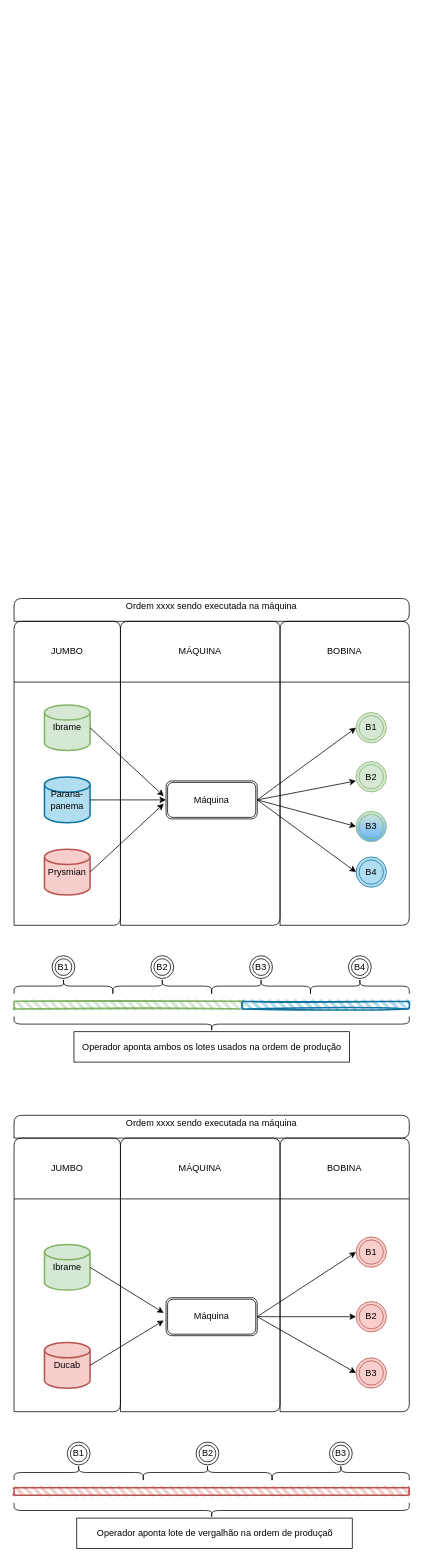
Above: Jumbo.drawio in zeca-esp/disney.github.io (draw.io), before the change. Source tidied: cells renumbered, new cells numbered last; positions are measured from the earlier drawing's top-left corner, leaving out a move shared by most shapes. Both pictures are drawn from the tidied source at 76%, with x=0, y=0 at pixel (14, 598).
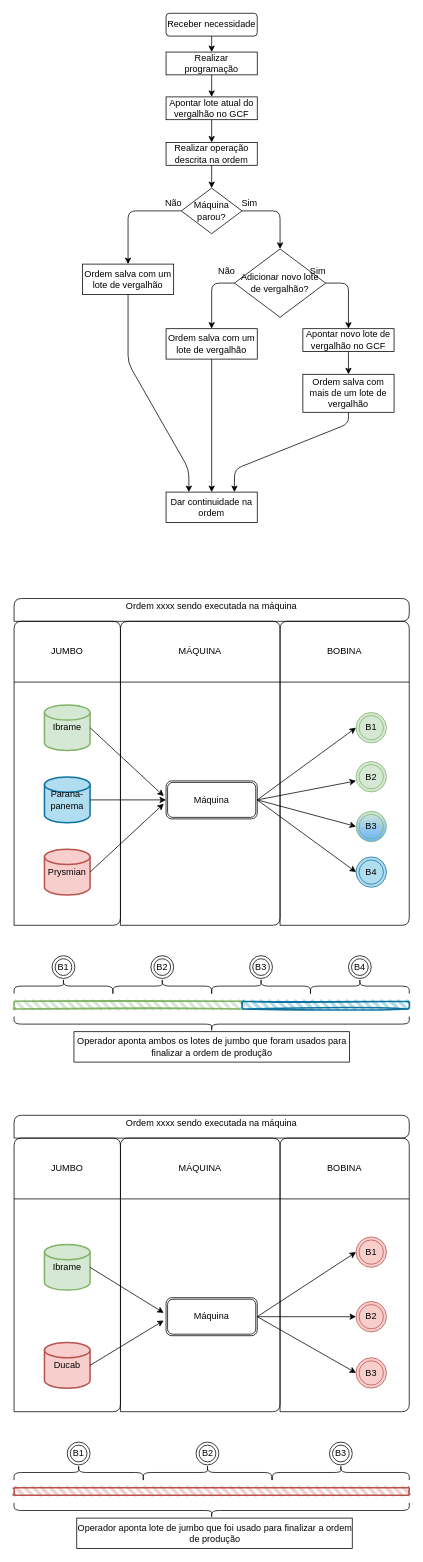
The same diagram, later.

Change to the diagram source:
```diff
@@
-    <mxCell id="37" value="Operador aponta ambos os lotes usados na ordem de produção" style="rounded=0;whiteSpace=wrap;html=1;strokeColor=#000000;strokeWidth=1;fillColor=#FFFFFF;gradientColor=none;gradientDirection=south;" parent="1" vertex="1">
+    <mxCell id="37" value="Operador aponta ambos os lotes de jumbo que foram usados para finalizar a ordem de produção" style="rounded=0;whiteSpace=wrap;html=1;strokeColor=#000000;strokeWidth=1;fillColor=#FFFFFF;gradientColor=none;gradientDirection=south;" parent="1" vertex="1">
       <mxGeometry x="78.8" y="570" width="362.5" height="40" as="geometry" />
     </mxCell>
@@
-    <mxCell id="66" value="Operador aponta lote de vergalhão na ordem de produçaõ" style="rounded=0;whiteSpace=wrap;html=1;strokeColor=#000000;strokeWidth=1;fillColor=#FFFFFF;gradientColor=none;gradientDirection=south;" parent="1" vertex="1">
+    <mxCell id="66" value="Operador aponta lote de jumbo que foi usado para finalizar a ordem de produção" style="rounded=0;whiteSpace=wrap;html=1;strokeColor=#000000;strokeWidth=1;fillColor=#FFFFFF;gradientColor=none;gradientDirection=south;" parent="1" vertex="1">
       <mxGeometry x="82.5" y="1210" width="362.5" height="40" as="geometry" />
     </mxCell>
+    <mxCell id="67" value="Receber necessidade" style="rounded=1;whiteSpace=wrap;html=1;" parent="1" vertex="1">
+      <mxGeometry x="200" y="-770" width="120" height="30" as="geometry" />
+    </mxCell>
+    <mxCell id="68" value="Realizar programação" style="rounded=0;whiteSpace=wrap;html=1;" parent="1" vertex="1">
+      <mxGeometry x="200" y="-719" width="120" height="30" as="geometry" />
+    </mxCell>
+    <mxCell id="69" value="Realizar operação descrita na ordem" style="rounded=0;whiteSpace=wrap;html=1;" parent="1" vertex="1">
+      <mxGeometry x="200" y="-600" width="120" height="30" as="geometry" />
+    </mxCell>
+    <mxCell id="70" style="endArrow=classic;html=1;exitX=0.5;exitY=1;exitDx=0;exitDy=0;entryX=0.5;entryY=0;entryDx=0;entryDy=0;entryPerimeter=0;" parent="1" edge="1" source="67" target="68">
+      <mxGeometry relative="1" as="geometry" />
+    </mxCell>
+    <mxCell id="71" style="endArrow=classic;html=1;exitX=0.5;exitY=1;exitDx=0;exitDy=0;entryX=0.5;entryY=0;entryDx=0;entryDy=0;" parent="1" edge="1" source="68" target="92">
+      <mxGeometry relative="1" as="geometry" />
+    </mxCell>
+    <mxCell id="72" style="endArrow=classic;html=1;entryX=0.5;entryY=0;entryDx=0;entryDy=0;exitX=0.5;exitY=1;exitDx=0;exitDy=0;" parent="1" edge="1" source="92" target="69">
+      <mxGeometry relative="1" as="geometry" />
+    </mxCell>
+    <mxCell id="73" value="Máquina parou?" style="rhombus;whiteSpace=wrap;html=1;" parent="1" vertex="1">
+      <mxGeometry x="220" y="-540" width="80" height="60" as="geometry" />
+    </mxCell>
+    <mxCell id="74" style="endArrow=classic;html=1;exitX=1;exitY=0.5;exitDx=0;exitDy=0;entryX=0.5;entryY=0;entryDx=0;entryDy=0;" parent="1" edge="1" source="73" target="78">
+      <mxGeometry relative="1" as="geometry">
+        <Array as="points">
+          <mxPoint x="350" y="-510" />
+        </Array>
+      </mxGeometry>
+    </mxCell>
+    <mxCell id="75" style="endArrow=classic;html=1;exitX=0;exitY=0.5;exitDx=0;exitDy=0;entryX=0.5;entryY=0;entryDx=0;entryDy=0;" parent="1" edge="1" source="73" target="84">
+      <mxGeometry relative="1" as="geometry">
+        <Array as="points">
+          <mxPoint x="150" y="-510" />
+        </Array>
+      </mxGeometry>
+    </mxCell>
+    <mxCell id="76" value="Sim" style="text;html=1;strokeColor=none;fillColor=none;align=center;verticalAlign=middle;whiteSpace=wrap;rounded=0;" parent="1" vertex="1">
+      <mxGeometry x="290" y="-530" width="40" height="20" as="geometry" />
+    </mxCell>
+    <mxCell id="77" value="Não" style="text;html=1;strokeColor=none;fillColor=none;align=center;verticalAlign=middle;whiteSpace=wrap;rounded=0;" parent="1" vertex="1">
+      <mxGeometry x="190" y="-530" width="40" height="20" as="geometry" />
+    </mxCell>
+    <mxCell id="78" value="Adicionar novo lote de vergalhão?" style="rhombus;whiteSpace=wrap;html=1;" parent="1" vertex="1">
+      <mxGeometry x="290" y="-460" width="120" height="90" as="geometry" />
+    </mxCell>
+    <mxCell id="79" style="endArrow=classic;html=1;exitX=0;exitY=0.5;exitDx=0;exitDy=0;entryX=0.5;entryY=0;entryDx=0;entryDy=0;" parent="1" edge="1" source="78" target="85">
+      <mxGeometry relative="1" as="geometry">
+        <Array as="points">
+          <mxPoint x="260" y="-415" />
+        </Array>
+      </mxGeometry>
+    </mxCell>
+    <mxCell id="80" value="Não" style="text;html=1;strokeColor=none;fillColor=none;align=center;verticalAlign=middle;whiteSpace=wrap;rounded=0;" parent="1" vertex="1">
+      <mxGeometry x="260" y="-440" width="40" height="20" as="geometry" />
+    </mxCell>
+    <mxCell id="81" style="endArrow=classic;html=1;exitX=1;exitY=0.5;exitDx=0;exitDy=0;entryX=0.5;entryY=0;entryDx=0;entryDy=0;" parent="1" edge="1" source="78" target="83">
+      <mxGeometry relative="1" as="geometry">
+        <Array as="points">
+          <mxPoint x="410" y="-415" />
+          <mxPoint x="440" y="-415" />
+        </Array>
+      </mxGeometry>
+    </mxCell>
+    <mxCell id="82" value="Sim" style="text;html=1;strokeColor=none;fillColor=none;align=center;verticalAlign=middle;whiteSpace=wrap;rounded=0;" parent="1" vertex="1">
+      <mxGeometry x="380" y="-440" width="40" height="20" as="geometry" />
+    </mxCell>
+    <mxCell id="83" value="Apontar novo lote de vergalhão no GCF" style="rounded=0;whiteSpace=wrap;html=1;" parent="1" vertex="1">
+      <mxGeometry x="380" y="-355" width="120" height="30" as="geometry" />
+    </mxCell>
+    <mxCell id="84" value="Ordem salva com um lote de vergalhão" style="rounded=0;whiteSpace=wrap;html=1;" parent="1" vertex="1">
+      <mxGeometry x="90" y="-440" width="120" height="40" as="geometry" />
+    </mxCell>
+    <mxCell id="85" value="Ordem salva com um lote de vergalhão" style="rounded=0;whiteSpace=wrap;html=1;" parent="1" vertex="1">
+      <mxGeometry x="200" y="-355" width="120" height="40" as="geometry" />
+    </mxCell>
+    <mxCell id="86" style="endArrow=classic;html=1;exitX=0.5;exitY=1;exitDx=0;exitDy=0;entryX=0.5;entryY=0;entryDx=0;entryDy=0;" parent="1" edge="1" source="83" target="87">
+      <mxGeometry relative="1" as="geometry" />
+    </mxCell>
+    <mxCell id="87" value="Ordem salva com mais de um lote de vergalhão" style="rounded=0;whiteSpace=wrap;html=1;" parent="1" vertex="1">
+      <mxGeometry x="380" y="-295" width="120" height="50" as="geometry" />
+    </mxCell>
+    <mxCell id="88" style="endArrow=classic;html=1;exitX=0.5;exitY=1;exitDx=0;exitDy=0;" parent="1" edge="1" source="69" target="73">
+      <mxGeometry relative="1" as="geometry" />
+    </mxCell>
+    <mxCell id="89" style="endArrow=classic;html=1;exitX=0.5;exitY=1;exitDx=0;exitDy=0;entryX=0.25;entryY=0;entryDx=0;entryDy=0;" parent="1" edge="1" source="84" target="93">
+      <mxGeometry relative="1" as="geometry">
+        <Array as="points">
+          <mxPoint x="150" y="-310" />
+          <mxPoint x="230" y="-170" />
+        </Array>
+      </mxGeometry>
+    </mxCell>
+    <mxCell id="90" style="endArrow=classic;html=1;exitX=0.5;exitY=1;exitDx=0;exitDy=0;entryX=0.5;entryY=0;entryDx=0;entryDy=0;" parent="1" edge="1" source="85" target="93">
+      <mxGeometry relative="1" as="geometry" />
+    </mxCell>
+    <mxCell id="91" style="endArrow=classic;html=1;exitX=0.5;exitY=1;exitDx=0;exitDy=0;entryX=0.75;entryY=0;entryDx=0;entryDy=0;" parent="1" edge="1" source="87" target="93">
+      <mxGeometry relative="1" as="geometry">
+        <Array as="points">
+          <mxPoint x="440" y="-230" />
+          <mxPoint x="290" y="-170" />
+        </Array>
+      </mxGeometry>
+    </mxCell>
+    <mxCell id="92" value="Apontar lote atual do vergalhão no GCF" style="rounded=0;whiteSpace=wrap;html=1;" parent="1" vertex="1">
+      <mxGeometry x="200" y="-660" width="120" height="30" as="geometry" />
+    </mxCell>
+    <mxCell id="93" value="Dar continuidade na ordem" style="rounded=0;whiteSpace=wrap;html=1;" parent="1" vertex="1">
+      <mxGeometry x="200" y="-140" width="120" height="40" as="geometry" />
+    </mxCell>
```
